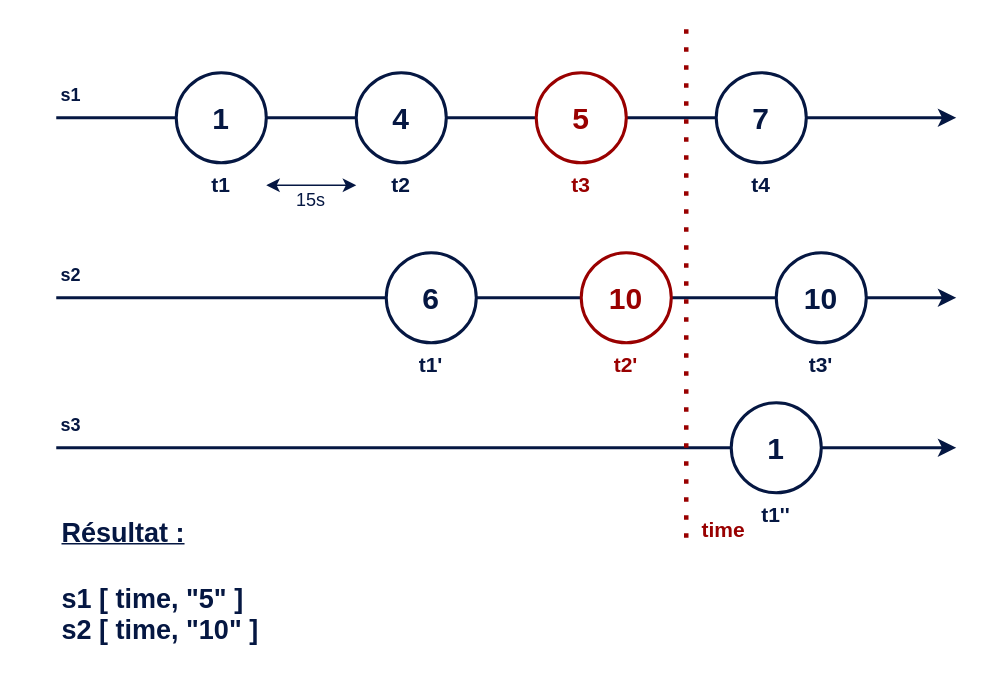
The draw.io diagram page "Page-14" (9 of 23) of prometheus.drawio in oliv37/prometheus-article, before the edit. Source tidied: cells renumbered, new cells numbered last; positions are measured from the earlier drawing's top-left corner, leaving out a move shared by most shapes. Both pictures are drawn from the tidied source at 150%, with x=0, y=0 at pixel (26, 27).
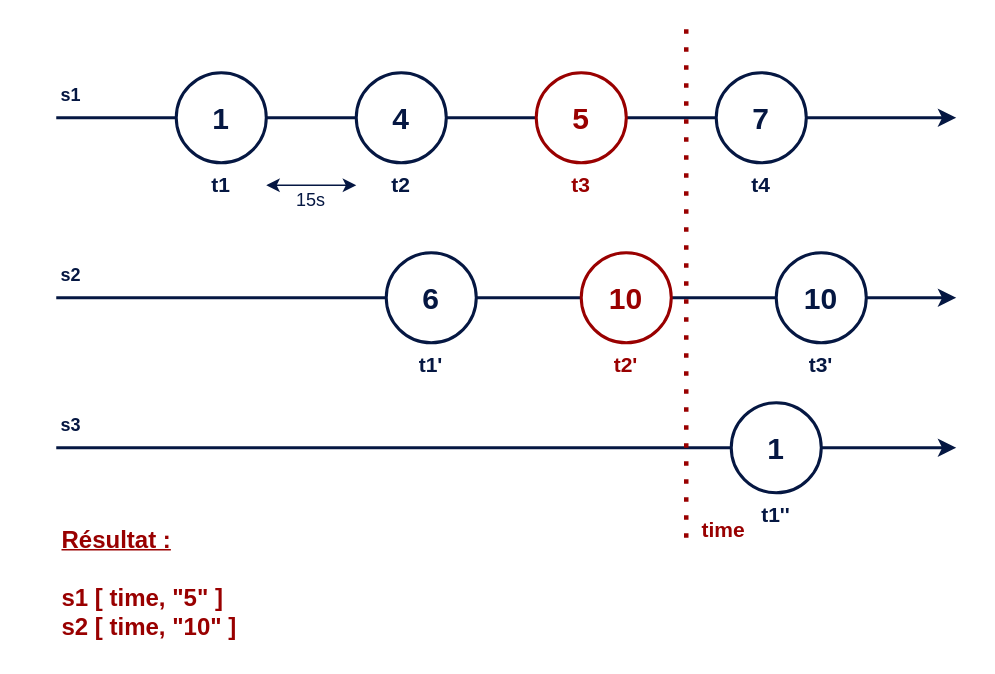
The same diagram, later.

What changed in the source:
```diff
@@
-    <mxCell id="26" value="&lt;div style=&quot;font-size: 18px;&quot;&gt;&lt;b style=&quot;font-size: 18px;&quot;&gt;&lt;u style=&quot;font-size: 18px;&quot;&gt;Résultat :&lt;/u&gt;&lt;/b&gt;&lt;/div&gt;&lt;div style=&quot;font-size: 18px;&quot;&gt;&lt;b style=&quot;font-size: 18px;&quot;&gt;&lt;br style=&quot;font-size: 18px;&quot;&gt;&lt;/b&gt;&lt;/div&gt;&lt;div style=&quot;font-size: 18px;&quot;&gt;&lt;b style=&quot;font-size: 18px;&quot;&gt;s1 [ time, &quot;5&quot; ]&lt;/b&gt;&lt;/div&gt;&lt;div style=&quot;font-size: 18px;&quot;&gt;&lt;b style=&quot;font-size: 18px;&quot;&gt;s2 [ time, &quot;10&quot; ]&lt;br style=&quot;font-size: 18px;&quot;&gt;&lt;/b&gt;&lt;/div&gt;" style="text;strokeColor=none;align=left;fillColor=none;html=1;verticalAlign=middle;whiteSpace=wrap;rounded=0;fontColor=#051742;fontSize=18;spacingTop=2;spacingLeft=2;spacingBottom=2;spacingRight=2;" parent="1" vertex="1">
+    <mxCell id="26" value="&lt;div style=&quot;font-size: 16px;&quot;&gt;&lt;font style=&quot;font-size: 16px;&quot; color=&quot;#990000&quot;&gt;&lt;b style=&quot;font-size: 16px;&quot;&gt;&lt;u style=&quot;font-size: 16px;&quot;&gt;Résultat :&lt;/u&gt;&lt;/b&gt;&lt;/font&gt;&lt;/div&gt;&lt;div style=&quot;font-size: 16px;&quot;&gt;&lt;b style=&quot;font-size: 16px;&quot;&gt;&lt;br style=&quot;font-size: 16px;&quot;&gt;&lt;/b&gt;&lt;/div&gt;&lt;div style=&quot;font-size: 16px;&quot;&gt;&lt;font style=&quot;font-size: 16px;&quot; color=&quot;#990000&quot;&gt;&lt;b style=&quot;font-size: 16px;&quot;&gt;s1 [ time, &quot;5&quot; ]&lt;/b&gt;&lt;/font&gt;&lt;/div&gt;&lt;div style=&quot;font-size: 16px;&quot;&gt;&lt;font style=&quot;font-size: 16px;&quot; color=&quot;#990000&quot;&gt;&lt;b style=&quot;font-size: 16px;&quot;&gt;s2 [ time, &quot;10&quot; ]&lt;br style=&quot;font-size: 16px;&quot;&gt;&lt;/b&gt;&lt;/font&gt;&lt;/div&gt;" style="text;strokeColor=none;align=left;fillColor=none;html=1;verticalAlign=middle;whiteSpace=wrap;rounded=0;fontColor=#051742;fontSize=16;spacingTop=2;spacingLeft=2;spacingBottom=2;spacingRight=2;" parent="1" vertex="1">
       <mxGeometry x="20" y="330" width="210" height="80" as="geometry" />
     </mxCell>
```
